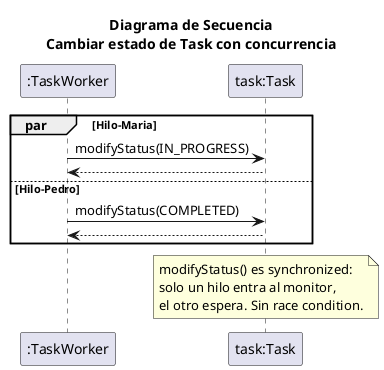
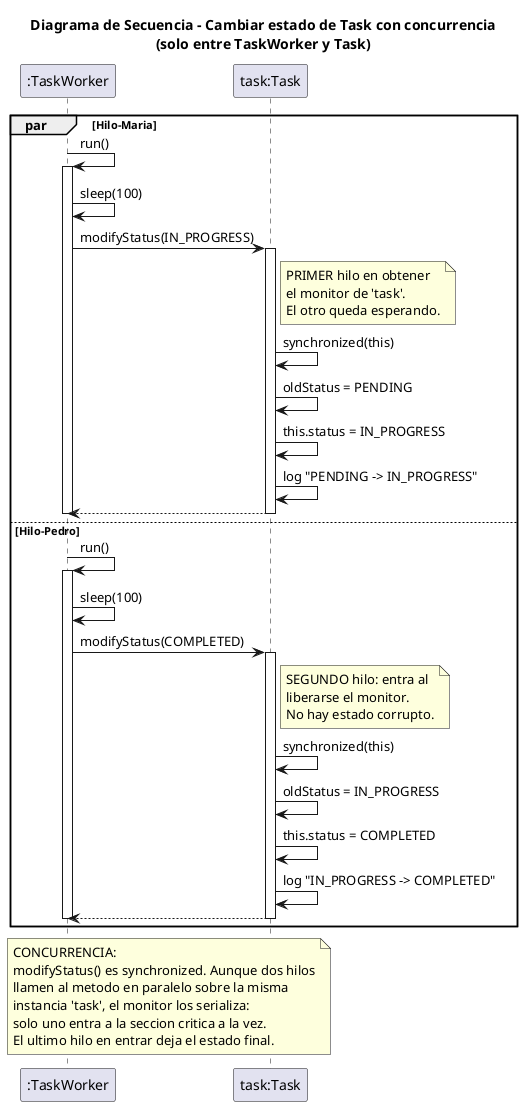
@startuml SecuenciaCambiarEstado
- title Diagrama de Secuencia\nCambiar estado de Task con concurrencia
+ title Diagrama de Secuencia - Cambiar estado de Task con concurrencia\n(solo entre TaskWorker y Task)

participant ":TaskWorker" as worker
participant "task:Task" as task

par Hilo-Maria
+   worker -> worker : run()
+   activate worker
+   worker -> worker : sleep(100)
  worker -> task : modifyStatus(IN_PROGRESS)
+   activate task
+   note right of task
+     PRIMER hilo en obtener
+     el monitor de 'task'.
+     El otro queda esperando.
+   end note
+   task -> task : synchronized(this)
+   task -> task : oldStatus = PENDING
+   task -> task : this.status = IN_PROGRESS
+   task -> task : log "PENDING -> IN_PROGRESS"
  task --> worker
+   deactivate task
+   deactivate worker
else Hilo-Pedro
+   worker -> worker : run()
+   activate worker
+   worker -> worker : sleep(100)
  worker -> task : modifyStatus(COMPLETED)
+   activate task
+   note right of task
+     SEGUNDO hilo: entra al
+     liberarse el monitor.
+     No hay estado corrupto.
+   end note
+   task -> task : synchronized(this)
+   task -> task : oldStatus = IN_PROGRESS
+   task -> task : this.status = COMPLETED
+   task -> task : log "IN_PROGRESS -> COMPLETED"
  task --> worker
+   deactivate task
+   deactivate worker
end

- note over task
-   modifyStatus() es synchronized:
-   solo un hilo entra al monitor,
-   el otro espera. Sin race condition.
+ note over worker, task
+   CONCURRENCIA:
+   modifyStatus() es synchronized. Aunque dos hilos
+   llamen al metodo en paralelo sobre la misma
+   instancia 'task', el monitor los serializa:
+   solo uno entra a la seccion critica a la vez.
+   El ultimo hilo en entrar deja el estado final.
end note

@enduml
